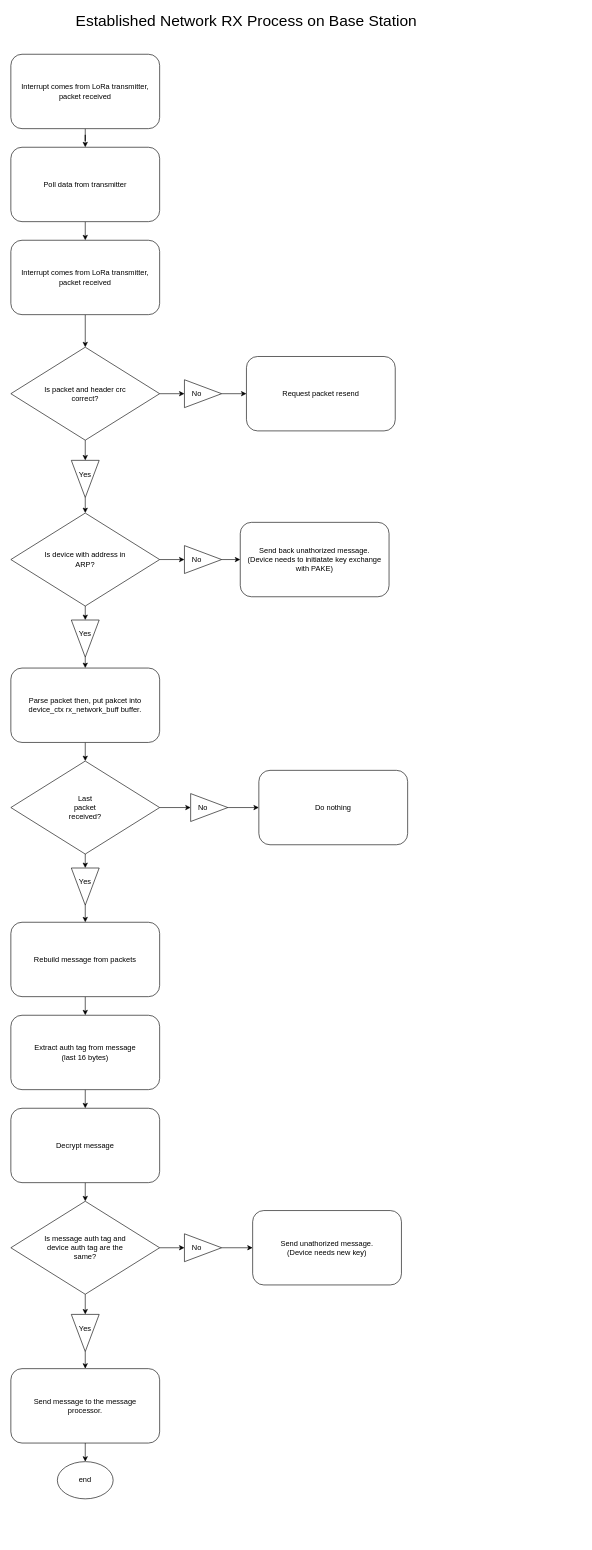
This is Docs/Untitled Diagram.drawio from Gepsonka/TDK, a draw.io file, before an edit. Source tidied: cells renumbered, new cells numbered last; positions are measured from the earlier drawing's top-left corner, leaving out a move shared by most shapes. Both pictures are drawn from the tidied source at 62%, with x=0, y=0 at pixel (11, 11).
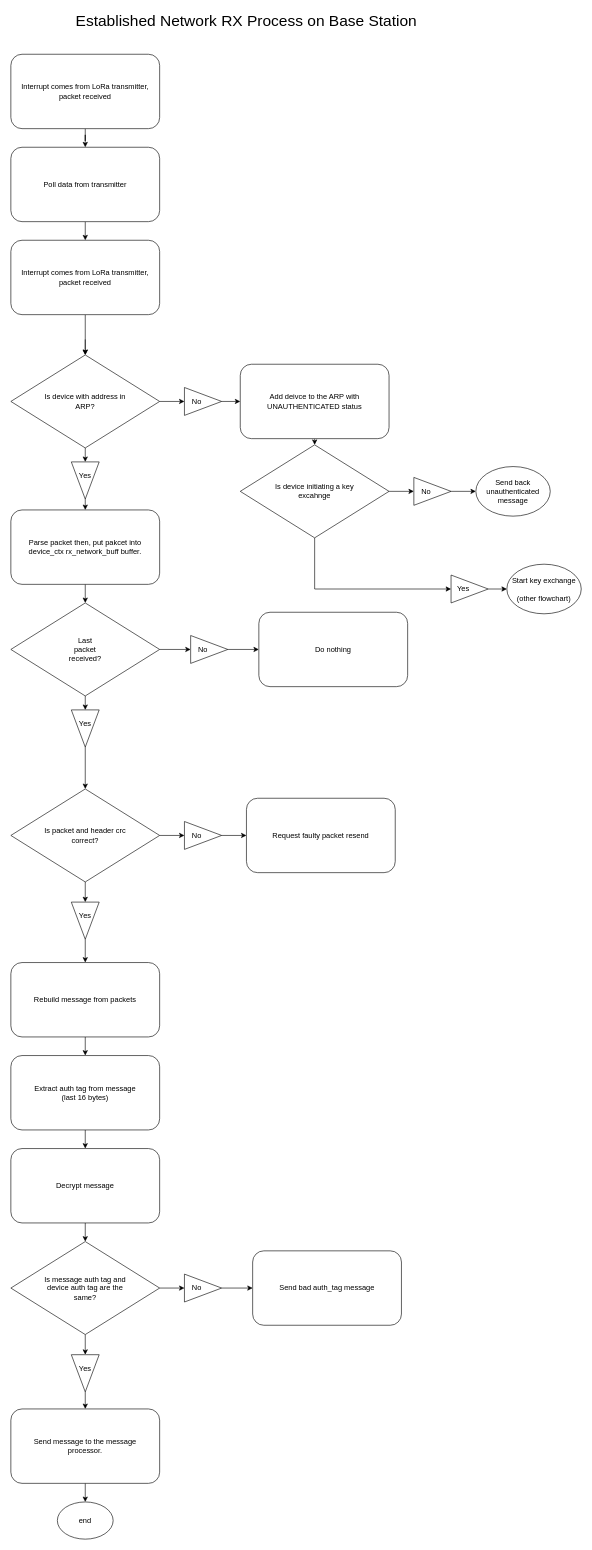
After the change.

Unchanged cells that the change refers to:
```xml
<mxCell id="10" style="rounded=1;whiteSpace=wrap;html=1;fontSize=25;" parent="1" vertex="1">
  <mxGeometry y="370" width="240" height="120" as="geometry" />
</mxCell>
```

What changed in the source:
```diff
@@
-    <mxCell id="9" style="edgeStyle=orthogonalEdgeStyle;rounded=0;jettySize=auto;html=1;exitX=0.5;exitY=1;exitDx=0;exitDy=0;entryX=0.5;entryY=0;entryDx=0;entryDy=0;fontSize=12;" parent="1" edge="1" source="10" target="32">
+    <mxCell id="9" style="edgeStyle=orthogonalEdgeStyle;rounded=0;jettySize=auto;html=1;exitX=0.5;exitY=1;exitDx=0;exitDy=0;entryX=0.5;entryY=0;entryDx=0;entryDy=0;fontSize=12;" parent="1" edge="1" source="10" target="44">
       <mxGeometry relative="1" as="geometry" />
     </mxCell>
@@
     <mxCell id="13" style="rounded=1;whiteSpace=wrap;html=1;fontSize=25;" parent="1" vertex="1">
-      <mxGeometry y="1060" width="240" height="120" as="geometry" />
+      <mxGeometry y="805" width="240" height="120" as="geometry" />
     </mxCell>
     <mxCell id="14" value="Parse packet then, put pakcet into device_ctx rx_network_buff buffer." style="text;html=1;strokeColor=none;fillColor=none;align=center;verticalAlign=middle;whiteSpace=wrap;rounded=0;fontSize=12;" parent="1" vertex="1">
-      <mxGeometry x="10" y="1070" width="220" height="100" as="geometry" />
+      <mxGeometry x="10" y="815" width="220" height="100" as="geometry" />
     </mxCell>
@@
     <mxCell id="17" style="rhombus;whiteSpace=wrap;html=1;fontSize=12;" parent="1" vertex="1">
-      <mxGeometry y="1210" width="240" height="150" as="geometry" />
+      <mxGeometry y="955" width="240" height="150" as="geometry" />
     </mxCell>
     <mxCell id="18" value="Last packet received?" style="text;html=1;strokeColor=none;fillColor=none;align=center;verticalAlign=middle;whiteSpace=wrap;rounded=0;fontSize=12;" parent="1" vertex="1">
-      <mxGeometry x="90" y="1270" width="60" height="30" as="geometry" />
+      <mxGeometry x="90" y="1015" width="60" height="30" as="geometry" />
     </mxCell>
@@
     <mxCell id="20" style="triangle;whiteSpace=wrap;html=1;fontSize=12;" parent="1" vertex="1">
-      <mxGeometry x="290" y="1262.5" width="60" height="45" as="geometry" />
+      <mxGeometry x="290" y="1007.5" width="60" height="45" as="geometry" />
     </mxCell>
     <mxCell id="21" value="No" style="text;html=1;strokeColor=none;fillColor=none;align=center;verticalAlign=middle;whiteSpace=wrap;rounded=0;fontSize=12;" parent="1" vertex="1">
-      <mxGeometry x="290" y="1270" width="40" height="30" as="geometry" />
+      <mxGeometry x="290" y="1015" width="40" height="30" as="geometry" />
     </mxCell>
-    <mxCell id="22" style="edgeStyle=orthogonalEdgeStyle;rounded=0;jettySize=auto;html=1;exitX=1;exitY=0.5;exitDx=0;exitDy=0;entryX=0.5;entryY=0;entryDx=0;entryDy=0;fontSize=12;" parent="1" edge="1" source="23" target="26">
-      <mxGeometry relative="1" as="geometry" />
-    </mxCell>
+    <mxCell id="77" style="edgeStyle=orthogonalEdgeStyle;rounded=0;jettySize=auto;html=1;exitX=1;exitY=0.5;exitDx=0;exitDy=0;entryX=0.5;entryY=0;entryDx=0;entryDy=0;" parent="1" edge="1" source="23" target="81">
+      <mxGeometry relative="1" as="geometry" />
+    </mxCell>
     <mxCell id="23" style="triangle;whiteSpace=wrap;html=1;fontSize=12;rotation=90;" parent="1" vertex="1">
-      <mxGeometry x="90" y="1390" width="60" height="45" as="geometry" />
+      <mxGeometry x="90" y="1135" width="60" height="45" as="geometry" />
     </mxCell>
     <mxCell id="24" value="Yes" style="text;html=1;strokeColor=none;fillColor=none;align=center;verticalAlign=middle;whiteSpace=wrap;rounded=0;fontSize=12;" parent="1" vertex="1">
-      <mxGeometry x="105" y="1390" width="30" height="30" as="geometry" />
+      <mxGeometry x="105" y="1135" width="30" height="30" as="geometry" />
     </mxCell>
@@
     <mxCell id="26" style="rounded=1;whiteSpace=wrap;html=1;fontSize=25;" parent="1" vertex="1">
-      <mxGeometry y="1470" width="240" height="120" as="geometry" />
+      <mxGeometry y="1535" width="240" height="120" as="geometry" />
     </mxCell>
     <mxCell id="27" value="Rebuild message from packets" style="text;html=1;strokeColor=none;fillColor=none;align=center;verticalAlign=middle;whiteSpace=wrap;rounded=0;fontSize=12;" parent="1" vertex="1">
-      <mxGeometry x="10" y="1480" width="220" height="100" as="geometry" />
+      <mxGeometry x="10" y="1545" width="220" height="100" as="geometry" />
     </mxCell>
     <mxCell id="28" style="rounded=1;whiteSpace=wrap;html=1;fontSize=25;" parent="1" vertex="1">
-      <mxGeometry x="400" y="1225" width="240" height="120" as="geometry" />
+      <mxGeometry x="400" y="970" width="240" height="120" as="geometry" />
     </mxCell>
     <mxCell id="29" value="Do nothing" style="text;html=1;strokeColor=none;fillColor=none;align=center;verticalAlign=middle;whiteSpace=wrap;rounded=0;fontSize=12;" parent="1" vertex="1">
-      <mxGeometry x="410" y="1235" width="220" height="100" as="geometry" />
+      <mxGeometry x="410" y="980" width="220" height="100" as="geometry" />
     </mxCell>
-    <mxCell id="30" style="edgeStyle=orthogonalEdgeStyle;rounded=0;jettySize=auto;html=1;exitX=1;exitY=0.5;exitDx=0;exitDy=0;entryX=0;entryY=0.5;entryDx=0;entryDy=0;fontSize=12;" parent="1" edge="1" source="32" target="39">
-      <mxGeometry relative="1" as="geometry" />
-    </mxCell>
-    <mxCell id="31" style="edgeStyle=orthogonalEdgeStyle;rounded=0;jettySize=auto;html=1;exitX=0.5;exitY=1;exitDx=0;exitDy=0;entryX=0;entryY=0.5;entryDx=0;entryDy=0;fontSize=12;" parent="1" edge="1" source="32" target="35">
-      <mxGeometry relative="1" as="geometry" />
-    </mxCell>
-    <mxCell id="32" style="rhombus;whiteSpace=wrap;html=1;fontSize=12;" parent="1" vertex="1">
-      <mxGeometry y="542.5" width="240" height="150" as="geometry" />
-    </mxCell>
-    <mxCell id="33" value="Is packet and header crc correct?" style="text;html=1;strokeColor=none;fillColor=none;align=center;verticalAlign=middle;whiteSpace=wrap;rounded=0;fontSize=12;" parent="1" vertex="1">
-      <mxGeometry x="40" y="602.5" width="160" height="30" as="geometry" />
-    </mxCell>
-    <mxCell id="34" style="edgeStyle=orthogonalEdgeStyle;rounded=0;jettySize=auto;html=1;exitX=1;exitY=0.5;exitDx=0;exitDy=0;entryX=0.5;entryY=0;entryDx=0;entryDy=0;fontSize=12;" parent="1" edge="1" source="35" target="44">
-      <mxGeometry relative="1" as="geometry" />
+    <mxCell id="34" style="edgeStyle=orthogonalEdgeStyle;rounded=0;jettySize=auto;html=1;exitX=1;exitY=0.5;exitDx=0;exitDy=0;entryX=0.5;entryY=0;entryDx=0;entryDy=0;fontSize=12;" parent="1" edge="1" target="44">
+      <mxGeometry relative="1" as="geometry">
+        <mxPoint x="120" y="530" as="sourcePoint" />
+      </mxGeometry>
     </mxCell>
-    <mxCell id="35" style="triangle;whiteSpace=wrap;html=1;fontSize=12;rotation=90;" parent="1" vertex="1">
-      <mxGeometry x="90" y="732.5" width="60" height="45" as="geometry" />
-    </mxCell>
-    <mxCell id="36" value="Yes" style="text;html=1;strokeColor=none;fillColor=none;align=center;verticalAlign=middle;whiteSpace=wrap;rounded=0;fontSize=12;" parent="1" vertex="1">
-      <mxGeometry x="105" y="732.5" width="30" height="30" as="geometry" />
-    </mxCell>
-    <mxCell id="37" style="edgeStyle=orthogonalEdgeStyle;rounded=0;jettySize=auto;html=1;exitX=1;exitY=0.5;exitDx=0;exitDy=0;entryX=0;entryY=0.5;entryDx=0;entryDy=0;fontSize=12;" parent="1" edge="1" source="38" target="40">
-      <mxGeometry relative="1" as="geometry" />
-    </mxCell>
-    <mxCell id="38" style="triangle;whiteSpace=wrap;html=1;fontSize=12;" parent="1" vertex="1">
-      <mxGeometry x="280" y="595" width="60" height="45" as="geometry" />
-    </mxCell>
-    <mxCell id="39" value="No" style="text;html=1;strokeColor=none;fillColor=none;align=center;verticalAlign=middle;whiteSpace=wrap;rounded=0;fontSize=12;" parent="1" vertex="1">
-      <mxGeometry x="280" y="602.5" width="40" height="30" as="geometry" />
-    </mxCell>
-    <mxCell id="40" style="rounded=1;whiteSpace=wrap;html=1;fontSize=25;" parent="1" vertex="1">
-      <mxGeometry x="380" y="557.5" width="240" height="120" as="geometry" />
-    </mxCell>
-    <mxCell id="41" value="Request packet resend" style="text;html=1;strokeColor=none;fillColor=none;align=center;verticalAlign=middle;whiteSpace=wrap;rounded=0;fontSize=12;" parent="1" vertex="1">
-      <mxGeometry x="390" y="567.5" width="220" height="100" as="geometry" />
-    </mxCell>
@@
     <mxCell id="44" style="rhombus;whiteSpace=wrap;html=1;fontSize=12;" parent="1" vertex="1">
-      <mxGeometry y="810" width="240" height="150" as="geometry" />
+      <mxGeometry y="555" width="240" height="150" as="geometry" />
     </mxCell>
     <mxCell id="45" value="Is device with address in ARP?" style="text;html=1;strokeColor=none;fillColor=none;align=center;verticalAlign=middle;whiteSpace=wrap;rounded=0;fontSize=12;" parent="1" vertex="1">
-      <mxGeometry x="40" y="870" width="160" height="30" as="geometry" />
+      <mxGeometry x="40" y="615" width="160" height="30" as="geometry" />
     </mxCell>
@@
     <mxCell id="47" style="triangle;whiteSpace=wrap;html=1;fontSize=12;rotation=90;" parent="1" vertex="1">
-      <mxGeometry x="90" y="990" width="60" height="45" as="geometry" />
+      <mxGeometry x="90" y="735" width="60" height="45" as="geometry" />
     </mxCell>
     <mxCell id="48" value="Yes" style="text;html=1;strokeColor=none;fillColor=none;align=center;verticalAlign=middle;whiteSpace=wrap;rounded=0;fontSize=12;" parent="1" vertex="1">
-      <mxGeometry x="105" y="990" width="30" height="30" as="geometry" />
+      <mxGeometry x="105" y="735" width="30" height="30" as="geometry" />
     </mxCell>
@@
     <mxCell id="50" style="triangle;whiteSpace=wrap;html=1;fontSize=12;" parent="1" vertex="1">
-      <mxGeometry x="280" y="862.5" width="60" height="45" as="geometry" />
+      <mxGeometry x="280" y="607.5" width="60" height="45" as="geometry" />
     </mxCell>
     <mxCell id="51" value="No" style="text;html=1;strokeColor=none;fillColor=none;align=center;verticalAlign=middle;whiteSpace=wrap;rounded=0;fontSize=12;" parent="1" vertex="1">
-      <mxGeometry x="280" y="870" width="40" height="30" as="geometry" />
+      <mxGeometry x="280" y="615" width="40" height="30" as="geometry" />
     </mxCell>
+    <mxCell id="78" style="edgeStyle=orthogonalEdgeStyle;rounded=0;jettySize=auto;html=1;exitX=0.5;exitY=1;exitDx=0;exitDy=0;entryX=0.5;entryY=0;entryDx=0;entryDy=0;" parent="1" edge="1" source="52" target="92">
+      <mxGeometry relative="1" as="geometry" />
+    </mxCell>
     <mxCell id="52" style="rounded=1;whiteSpace=wrap;html=1;fontSize=25;" parent="1" vertex="1">
-      <mxGeometry x="370" y="825" width="240" height="120" as="geometry" />
+      <mxGeometry x="370" y="570" width="240" height="120" as="geometry" />
     </mxCell>
-    <mxCell id="53" value="&lt;div&gt;Send back unathorized message.&lt;/div&gt;(Device needs to initiatate key exchange with PAKE)" style="text;html=1;strokeColor=none;fillColor=none;align=center;verticalAlign=middle;whiteSpace=wrap;rounded=0;fontSize=12;" parent="1" vertex="1">
-      <mxGeometry x="380" y="835" width="220" height="100" as="geometry" />
+    <mxCell id="53" value="&lt;div&gt;Add deivce to the ARP with UNAUTHENTICATED status&lt;/div&gt;" style="text;html=1;strokeColor=none;fillColor=none;align=center;verticalAlign=middle;whiteSpace=wrap;rounded=0;fontSize=12;" parent="1" vertex="1">
+      <mxGeometry x="380" y="580" width="220" height="100" as="geometry" />
     </mxCell>
@@
     <mxCell id="55" style="rounded=1;whiteSpace=wrap;html=1;fontSize=25;" parent="1" vertex="1">
-      <mxGeometry y="1620" width="240" height="120" as="geometry" />
+      <mxGeometry y="1685" width="240" height="120" as="geometry" />
     </mxCell>
     <mxCell id="56" value="&lt;div&gt;Extract auth tag from message&lt;/div&gt;&lt;div&gt;(last 16 bytes)&lt;br&gt;&lt;/div&gt;" style="text;html=1;strokeColor=none;fillColor=none;align=center;verticalAlign=middle;whiteSpace=wrap;rounded=0;fontSize=12;" parent="1" vertex="1">
-      <mxGeometry x="10" y="1630" width="220" height="100" as="geometry" />
+      <mxGeometry x="10" y="1695" width="220" height="100" as="geometry" />
     </mxCell>
@@
     <mxCell id="58" style="rounded=1;whiteSpace=wrap;html=1;fontSize=25;" parent="1" vertex="1">
-      <mxGeometry y="1770" width="240" height="120" as="geometry" />
+      <mxGeometry y="1835" width="240" height="120" as="geometry" />
     </mxCell>
     <mxCell id="59" value="Decrypt message" style="text;html=1;strokeColor=none;fillColor=none;align=center;verticalAlign=middle;whiteSpace=wrap;rounded=0;fontSize=12;" parent="1" vertex="1">
-      <mxGeometry x="10" y="1780" width="220" height="100" as="geometry" />
+      <mxGeometry x="10" y="1845" width="220" height="100" as="geometry" />
     </mxCell>
@@
     <mxCell id="62" style="rhombus;whiteSpace=wrap;html=1;fontSize=12;" parent="1" vertex="1">
-      <mxGeometry y="1920" width="240" height="150" as="geometry" />
+      <mxGeometry y="1985" width="240" height="150" as="geometry" />
     </mxCell>
     <mxCell id="63" value="Is message auth tag and device auth tag are the same?" style="text;html=1;strokeColor=none;fillColor=none;align=center;verticalAlign=middle;whiteSpace=wrap;rounded=0;fontSize=12;" parent="1" vertex="1">
-      <mxGeometry x="50" y="1980" width="140" height="30" as="geometry" />
+      <mxGeometry x="50" y="2045" width="140" height="30" as="geometry" />
     </mxCell>
@@
     <mxCell id="65" style="triangle;whiteSpace=wrap;html=1;fontSize=12;rotation=90;" parent="1" vertex="1">
-      <mxGeometry x="90" y="2110" width="60" height="45" as="geometry" />
+      <mxGeometry x="90" y="2175" width="60" height="45" as="geometry" />
     </mxCell>
     <mxCell id="66" value="Yes" style="text;html=1;strokeColor=none;fillColor=none;align=center;verticalAlign=middle;whiteSpace=wrap;rounded=0;fontSize=12;" parent="1" vertex="1">
-      <mxGeometry x="105" y="2110" width="30" height="30" as="geometry" />
+      <mxGeometry x="105" y="2175" width="30" height="30" as="geometry" />
     </mxCell>
@@
     <mxCell id="68" style="triangle;whiteSpace=wrap;html=1;fontSize=12;" parent="1" vertex="1">
-      <mxGeometry x="280" y="1972.5" width="60" height="45" as="geometry" />
+      <mxGeometry x="280" y="2037.5" width="60" height="45" as="geometry" />
     </mxCell>
     <mxCell id="69" value="No" style="text;html=1;strokeColor=none;fillColor=none;align=center;verticalAlign=middle;whiteSpace=wrap;rounded=0;fontSize=12;" parent="1" vertex="1">
-      <mxGeometry x="280" y="1980" width="40" height="30" as="geometry" />
+      <mxGeometry x="280" y="2045" width="40" height="30" as="geometry" />
     </mxCell>
     <mxCell id="70" style="rounded=1;whiteSpace=wrap;html=1;fontSize=25;" parent="1" vertex="1">
-      <mxGeometry x="390" y="1935" width="240" height="120" as="geometry" />
+      <mxGeometry x="390" y="2000" width="240" height="120" as="geometry" />
     </mxCell>
-    <mxCell id="71" value="Send unathorized message.&lt;br&gt;(Device needs new key)" style="text;html=1;strokeColor=none;fillColor=none;align=center;verticalAlign=middle;whiteSpace=wrap;rounded=0;fontSize=12;" parent="1" vertex="1">
-      <mxGeometry x="400" y="1945" width="220" height="100" as="geometry" />
+    <mxCell id="71" value="Send bad auth_tag message" style="text;html=1;strokeColor=none;fillColor=none;align=center;verticalAlign=middle;whiteSpace=wrap;rounded=0;fontSize=12;" parent="1" vertex="1">
+      <mxGeometry x="400" y="2010" width="220" height="100" as="geometry" />
     </mxCell>
@@
     <mxCell id="73" style="rounded=1;whiteSpace=wrap;html=1;fontSize=25;" parent="1" vertex="1">
-      <mxGeometry y="2190" width="240" height="120" as="geometry" />
+      <mxGeometry y="2255" width="240" height="120" as="geometry" />
     </mxCell>
     <mxCell id="74" value="Send message to the message processor." style="text;html=1;strokeColor=none;fillColor=none;align=center;verticalAlign=middle;whiteSpace=wrap;rounded=0;fontSize=12;" parent="1" vertex="1">
-      <mxGeometry x="10" y="2200" width="220" height="100" as="geometry" />
+      <mxGeometry x="10" y="2265" width="220" height="100" as="geometry" />
     </mxCell>
     <mxCell id="75" style="ellipse;whiteSpace=wrap;html=1;fontSize=12;" parent="1" vertex="1">
-      <mxGeometry x="75" y="2340" width="90" height="60" as="geometry" />
+      <mxGeometry x="75" y="2405" width="90" height="60" as="geometry" />
     </mxCell>
     <mxCell id="76" value="end" style="text;html=1;strokeColor=none;fillColor=none;align=center;verticalAlign=middle;whiteSpace=wrap;rounded=0;fontSize=12;" parent="1" vertex="1">
-      <mxGeometry x="90" y="2355" width="60" height="30" as="geometry" />
+      <mxGeometry x="90" y="2420" width="60" height="30" as="geometry" />
     </mxCell>
+    <mxCell id="79" style="edgeStyle=orthogonalEdgeStyle;rounded=0;jettySize=auto;html=1;exitX=1;exitY=0.5;exitDx=0;exitDy=0;entryX=0;entryY=0.5;entryDx=0;entryDy=0;fontSize=12;" parent="1" edge="1" source="81" target="87">
+      <mxGeometry relative="1" as="geometry" />
+    </mxCell>
+    <mxCell id="80" style="edgeStyle=orthogonalEdgeStyle;rounded=0;jettySize=auto;html=1;exitX=0.5;exitY=1;exitDx=0;exitDy=0;entryX=0;entryY=0.5;entryDx=0;entryDy=0;fontSize=12;" parent="1" edge="1" target="83">
+      <mxGeometry relative="1" as="geometry">
+        <mxPoint x="120" y="1405" as="sourcePoint" />
+      </mxGeometry>
+    </mxCell>
+    <mxCell id="81" style="rhombus;whiteSpace=wrap;html=1;fontSize=12;" parent="1" vertex="1">
+      <mxGeometry y="1255" width="240" height="150" as="geometry" />
+    </mxCell>
+    <mxCell id="33" value="Is packet and header crc correct?" style="text;html=1;strokeColor=none;fillColor=none;align=center;verticalAlign=middle;whiteSpace=wrap;rounded=0;fontSize=12;" parent="1" vertex="1">
+      <mxGeometry x="40" y="1315" width="160" height="30" as="geometry" />
+    </mxCell>
+    <mxCell id="82" style="edgeStyle=orthogonalEdgeStyle;rounded=0;jettySize=auto;html=1;exitX=1;exitY=0.5;exitDx=0;exitDy=0;entryX=0.5;entryY=0;entryDx=0;entryDy=0;" parent="1" edge="1" source="83" target="26">
+      <mxGeometry relative="1" as="geometry" />
+    </mxCell>
+    <mxCell id="83" style="triangle;whiteSpace=wrap;html=1;fontSize=12;rotation=90;" parent="1" vertex="1">
+      <mxGeometry x="90" y="1445" width="60" height="45" as="geometry" />
+    </mxCell>
+    <mxCell id="84" value="Yes" style="text;html=1;strokeColor=none;fillColor=none;align=center;verticalAlign=middle;whiteSpace=wrap;rounded=0;fontSize=12;" parent="1" vertex="1">
+      <mxGeometry x="105" y="1445" width="30" height="30" as="geometry" />
+    </mxCell>
+    <mxCell id="85" style="edgeStyle=orthogonalEdgeStyle;rounded=0;jettySize=auto;html=1;exitX=1;exitY=0.5;exitDx=0;exitDy=0;entryX=0;entryY=0.5;entryDx=0;entryDy=0;fontSize=12;" parent="1" edge="1" source="86" target="88">
+      <mxGeometry relative="1" as="geometry" />
+    </mxCell>
+    <mxCell id="86" style="triangle;whiteSpace=wrap;html=1;fontSize=12;" parent="1" vertex="1">
+      <mxGeometry x="280" y="1307.5" width="60" height="45" as="geometry" />
+    </mxCell>
+    <mxCell id="87" value="No" style="text;html=1;strokeColor=none;fillColor=none;align=center;verticalAlign=middle;whiteSpace=wrap;rounded=0;fontSize=12;" parent="1" vertex="1">
+      <mxGeometry x="280" y="1315" width="40" height="30" as="geometry" />
+    </mxCell>
+    <mxCell id="88" style="rounded=1;whiteSpace=wrap;html=1;fontSize=25;" parent="1" vertex="1">
+      <mxGeometry x="380" y="1270" width="240" height="120" as="geometry" />
+    </mxCell>
+    <mxCell id="89" value="Request faulty packet resend" style="text;html=1;strokeColor=none;fillColor=none;align=center;verticalAlign=middle;whiteSpace=wrap;rounded=0;fontSize=12;" parent="1" vertex="1">
+      <mxGeometry x="390" y="1280" width="220" height="100" as="geometry" />
+    </mxCell>
+    <mxCell id="90" style="edgeStyle=orthogonalEdgeStyle;rounded=0;jettySize=auto;html=1;exitX=0.5;exitY=1;exitDx=0;exitDy=0;entryX=0;entryY=0.5;entryDx=0;entryDy=0;fontSize=12;" parent="1" edge="1" source="92" target="95">
+      <mxGeometry relative="1" as="geometry" />
+    </mxCell>
+    <mxCell id="91" style="edgeStyle=orthogonalEdgeStyle;rounded=0;jettySize=auto;html=1;exitX=1;exitY=0.5;exitDx=0;exitDy=0;entryX=0;entryY=0.5;entryDx=0;entryDy=0;fontSize=12;" parent="1" edge="1" source="92" target="99">
+      <mxGeometry relative="1" as="geometry" />
+    </mxCell>
+    <mxCell id="92" style="rhombus;whiteSpace=wrap;html=1;fontSize=12;" parent="1" vertex="1">
+      <mxGeometry x="370" y="700" width="240" height="150" as="geometry" />
+    </mxCell>
+    <mxCell id="93" value="Is device initiating a key excahnge" style="text;html=1;strokeColor=none;fillColor=none;align=center;verticalAlign=middle;whiteSpace=wrap;rounded=0;fontSize=12;" parent="1" vertex="1">
+      <mxGeometry x="410" y="760" width="160" height="30" as="geometry" />
+    </mxCell>
+    <mxCell id="94" style="edgeStyle=orthogonalEdgeStyle;rounded=0;jettySize=auto;html=1;exitX=1;exitY=0.5;exitDx=0;exitDy=0;entryX=0;entryY=0.5;entryDx=0;entryDy=0;" parent="1" edge="1" source="95" target="101">
+      <mxGeometry relative="1" as="geometry" />
+    </mxCell>
+    <mxCell id="95" style="triangle;whiteSpace=wrap;html=1;fontSize=12;rotation=0;" parent="1" vertex="1">
+      <mxGeometry x="710" y="910" width="60" height="45" as="geometry" />
+    </mxCell>
+    <mxCell id="96" value="Yes" style="text;html=1;strokeColor=none;fillColor=none;align=center;verticalAlign=middle;whiteSpace=wrap;rounded=0;fontSize=12;" parent="1" vertex="1">
+      <mxGeometry x="715" y="917.5" width="30" height="30" as="geometry" />
+    </mxCell>
+    <mxCell id="97" style="edgeStyle=orthogonalEdgeStyle;rounded=0;jettySize=auto;html=1;exitX=1;exitY=0.5;exitDx=0;exitDy=0;entryX=0;entryY=0.5;entryDx=0;entryDy=0;" parent="1" edge="1" source="98" target="100">
+      <mxGeometry relative="1" as="geometry" />
+    </mxCell>
+    <mxCell id="98" style="triangle;whiteSpace=wrap;html=1;fontSize=12;" parent="1" vertex="1">
+      <mxGeometry x="650" y="752.5" width="60" height="45" as="geometry" />
+    </mxCell>
+    <mxCell id="99" value="No" style="text;html=1;strokeColor=none;fillColor=none;align=center;verticalAlign=middle;whiteSpace=wrap;rounded=0;fontSize=12;" parent="1" vertex="1">
+      <mxGeometry x="650" y="760" width="40" height="30" as="geometry" />
+    </mxCell>
+    <mxCell id="100" value="Send back unauthenticated message" style="ellipse;whiteSpace=wrap;html=1;" parent="1" vertex="1">
+      <mxGeometry x="750" y="735" width="120" height="80" as="geometry" />
+    </mxCell>
+    <mxCell id="101" value="&lt;div&gt;Start key exchange&lt;/div&gt;&lt;div&gt;&lt;br&gt;&lt;/div&gt;&lt;div&gt;(other flowchart)&lt;br&gt;&lt;/div&gt;" style="ellipse;whiteSpace=wrap;html=1;" parent="1" vertex="1">
+      <mxGeometry x="800" y="892.5" width="120" height="80" as="geometry" />
+    </mxCell>
```
